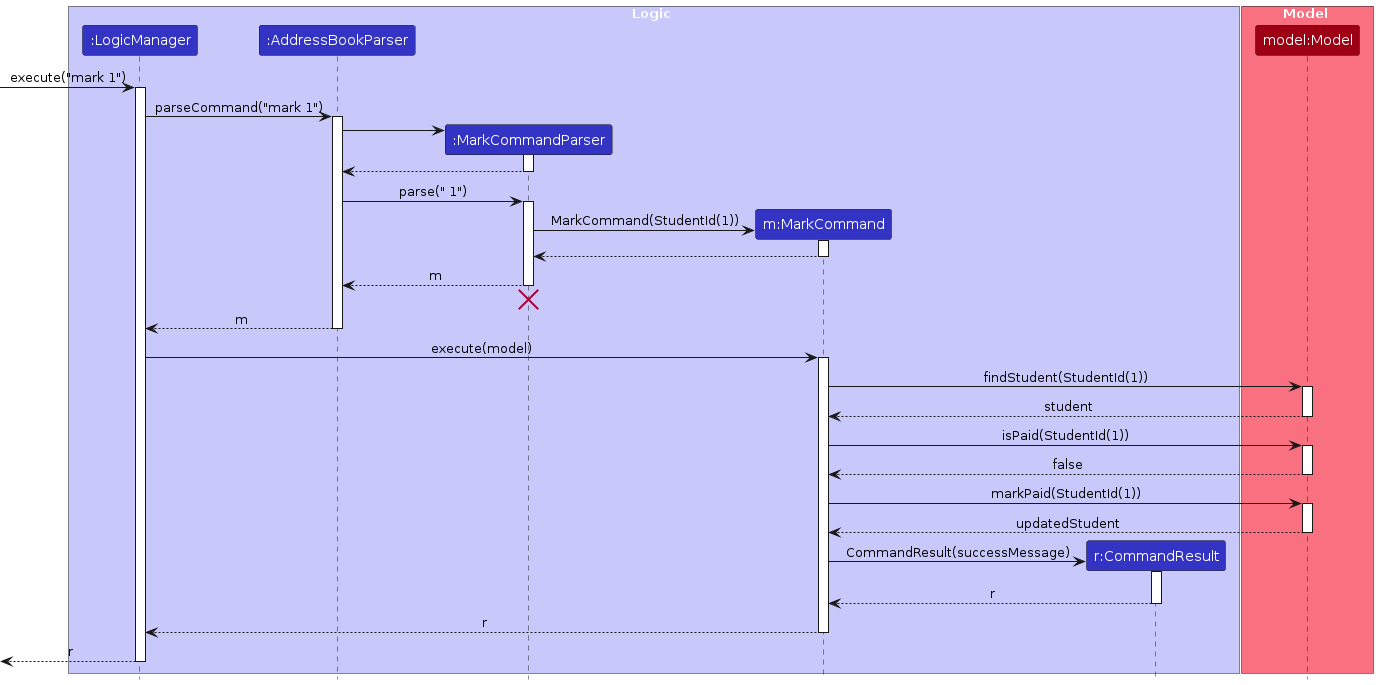
The PlantUML diagram diagrams/MarkSequenceDiagram.png in AY2627S1-CS2103T-T13-2/tp, before a commit. Its source is kept beside it as diagrams/MarkSequenceDiagram.puml.
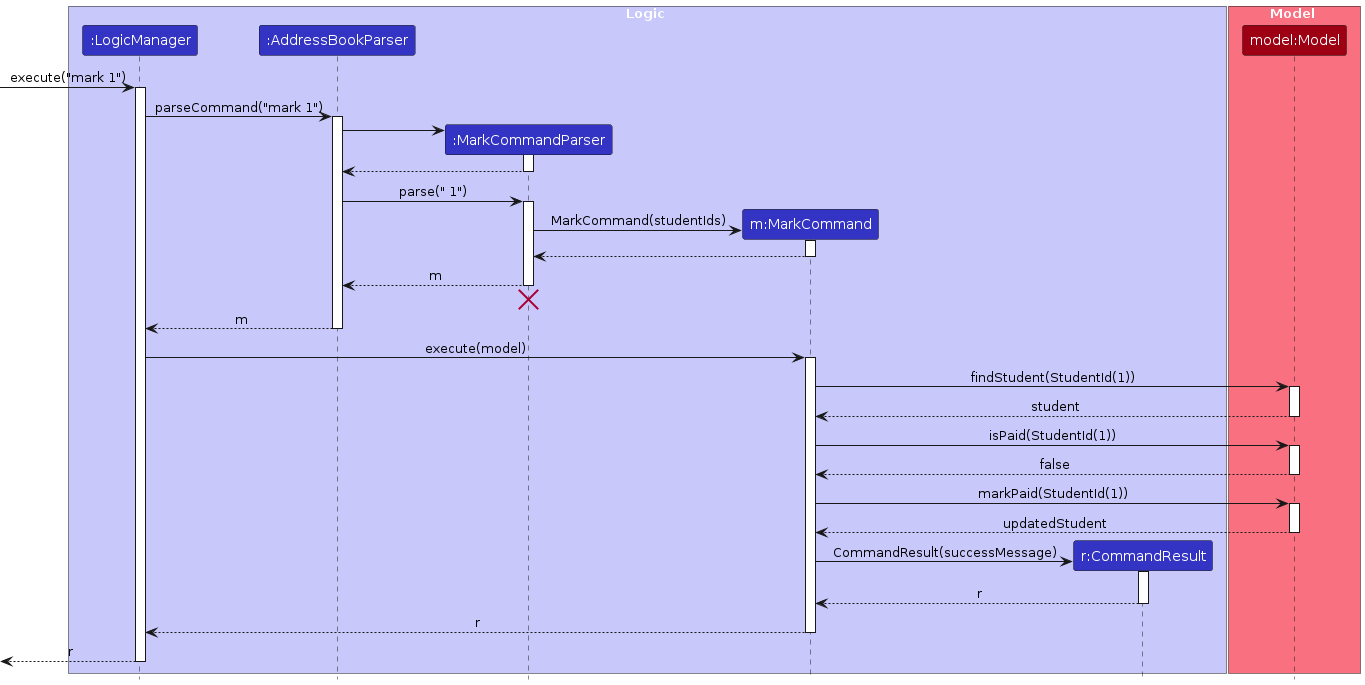
Above is the later version.

Diff of the diagram source:
```diff
@@ -30,7 +30,7 @@
 activate MarkCommandParser
 
 create MarkCommand
-MarkCommandParser -> MarkCommand : MarkCommand(StudentId(1))
+MarkCommandParser -> MarkCommand : MarkCommand(studentIds)
 activate MarkCommand
 MarkCommand --> MarkCommandParser
 deactivate MarkCommand
```
